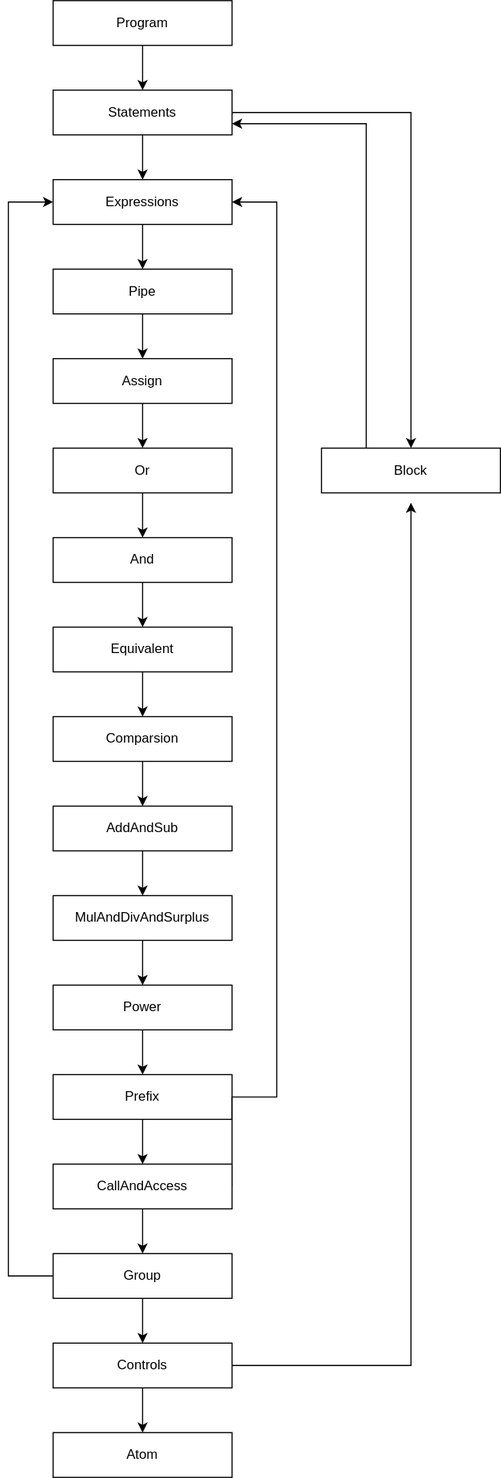
The draw.io diagram parsers.drawio.svg in kuro-lang/kuro-lang, before a commit. Source tidied: cells renumbered, new cells last; positions are measured from the earlier drawing's top-left corner, leaving out a move shared by most shapes.
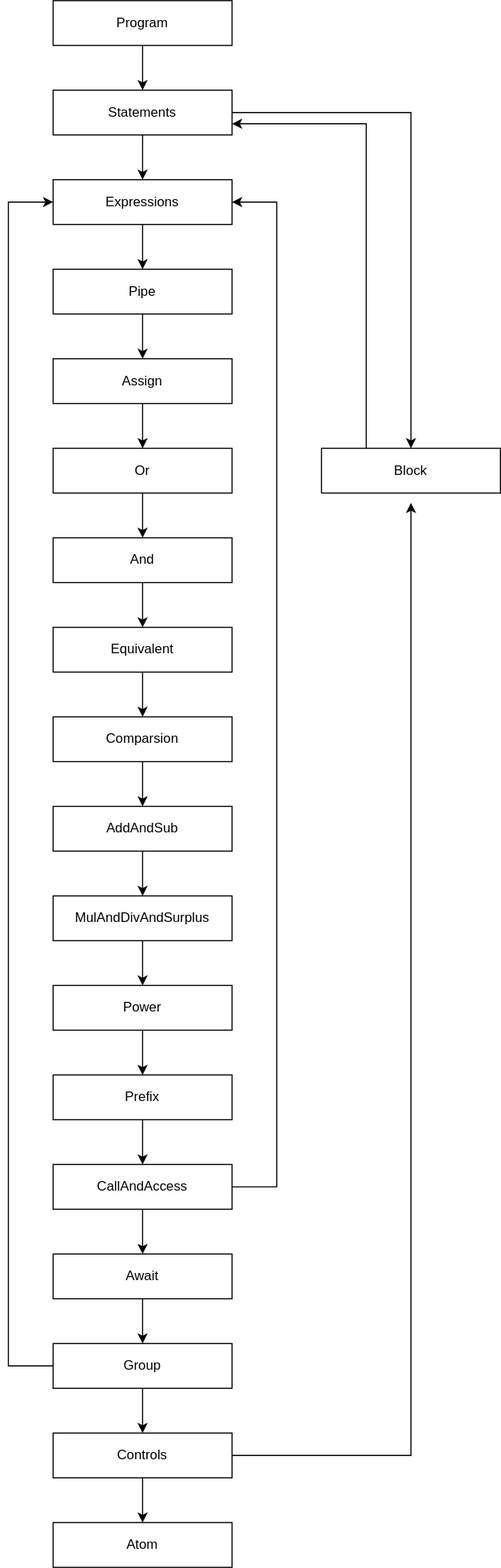
The same file after the commit.

Commit message:
💡 Add await parser

Diff of the diagram source:
```diff
@@ -74,15 +74,14 @@
     <mxCell id="25" style="edgeStyle=orthogonalEdgeStyle;rounded=0;jettySize=auto;html=1;exitX=1;exitY=0.5;exitDx=0;exitDy=0;entryX=1;entryY=0.5;entryDx=0;entryDy=0;" parent="1" edge="1" source="27" target="8">
       <mxGeometry relative="1" as="geometry">
         <Array as="points">
-          <mxPoint x="200" y="980" />
-          <mxPoint x="240" y="980" />
+          <mxPoint x="240" y="1060" />
           <mxPoint x="240" y="180" />
         </Array>
       </mxGeometry>
     </mxCell>
-    <mxCell id="26" style="edgeStyle=orthogonalEdgeStyle;rounded=0;jettySize=auto;html=1;exitX=0.5;exitY=1;exitDx=0;exitDy=0;" parent="1" edge="1" source="27" target="30">
-      <mxGeometry relative="1" as="geometry" />
-    </mxCell>
+    <mxCell id="41" style="edgeStyle=orthogonalEdgeStyle;rounded=0;jettySize=auto;html=1;exitX=0.5;exitY=1;exitDx=0;exitDy=0;entryX=0.5;entryY=0;entryDx=0;entryDy=0;" parent="1" edge="1" source="27" target="43">
+      <mxGeometry relative="1" as="geometry" />
+    </mxCell>
     <mxCell id="27" value="CallAndAccess" style="rounded=0;whiteSpace=wrap;html=1;" parent="1" vertex="1">
       <mxGeometry x="40" y="1040" width="160" height="40" as="geometry" />
     </mxCell>
@@ -92,16 +91,16 @@
     <mxCell id="29" style="edgeStyle=orthogonalEdgeStyle;rounded=0;jettySize=auto;html=1;exitX=0;exitY=0.5;exitDx=0;exitDy=0;entryX=0;entryY=0.5;entryDx=0;entryDy=0;" parent="1" edge="1" source="30" target="8">
       <mxGeometry relative="1" as="geometry">
         <Array as="points">
-          <mxPoint y="1140" />
+          <mxPoint y="1220" />
           <mxPoint y="180" />
         </Array>
       </mxGeometry>
     </mxCell>
     <mxCell id="30" value="Group" style="rounded=0;whiteSpace=wrap;html=1;" parent="1" vertex="1">
-      <mxGeometry x="40" y="1120" width="160" height="40" as="geometry" />
+      <mxGeometry x="40" y="1200" width="160" height="40" as="geometry" />
     </mxCell>
     <mxCell id="31" value="Atom" style="rounded=0;whiteSpace=wrap;html=1;" parent="1" vertex="1">
-      <mxGeometry x="40" y="1280" width="160" height="40" as="geometry" />
+      <mxGeometry x="40" y="1360" width="160" height="40" as="geometry" />
     </mxCell>
     <mxCell id="32" style="edgeStyle=orthogonalEdgeStyle;rounded=0;jettySize=auto;html=1;exitX=0.5;exitY=1;exitDx=0;exitDy=0;" parent="1" edge="1" source="33" target="14">
       <mxGeometry relative="1" as="geometry" />
@@ -118,7 +117,7 @@
       </mxGeometry>
     </mxCell>
     <mxCell id="36" value="Controls" style="rounded=0;whiteSpace=wrap;html=1;" parent="1" vertex="1">
-      <mxGeometry x="40" y="1200" width="160" height="40" as="geometry" />
+      <mxGeometry x="40" y="1280" width="160" height="40" as="geometry" />
     </mxCell>
     <mxCell id="37" style="edgeStyle=orthogonalEdgeStyle;rounded=0;jettySize=auto;html=1;exitX=0.25;exitY=0;exitDx=0;exitDy=0;entryX=1;entryY=0.75;entryDx=0;entryDy=0;" parent="1" edge="1" source="38" target="6">
       <mxGeometry relative="1" as="geometry" />
@@ -132,5 +131,11 @@
     <mxCell id="40" value="Pipe" style="rounded=0;whiteSpace=wrap;html=1;" parent="1" vertex="1">
       <mxGeometry x="40" y="240" width="160" height="40" as="geometry" />
     </mxCell>
+    <mxCell id="42" style="edgeStyle=orthogonalEdgeStyle;rounded=0;jettySize=auto;html=1;exitX=0.5;exitY=1;exitDx=0;exitDy=0;entryX=0.5;entryY=0;entryDx=0;entryDy=0;" parent="1" edge="1" source="43" target="30">
+      <mxGeometry relative="1" as="geometry" />
+    </mxCell>
+    <mxCell id="43" value="Await" style="rounded=0;whiteSpace=wrap;html=1;" parent="1" vertex="1">
+      <mxGeometry x="40" y="1120" width="160" height="40" as="geometry" />
+    </mxCell>
   </root>
 </mxGraphModel>
```
